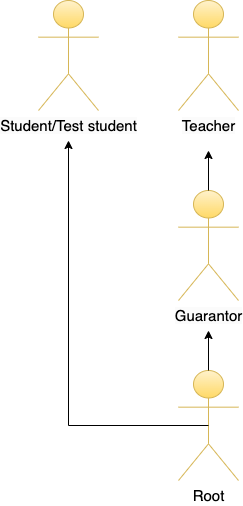
chukava/Bachelors-Thesis keeps this draw.io diagram as png/roles.png. Above is the earlier version. Source tidied: cells renumbered, new cells last; positions are measured from the earlier drawing's top-left corner, leaving out a move shared by most shapes. The source it was exported from:
```xml
<mxGraphModel>
  <root>
    <mxCell id="0" />
    <mxCell id="1" parent="0" />
    <mxCell id="2" value="&lt;span style=&quot;color: rgb(0, 0, 0); font-family: Helvetica; font-size: 15px; font-style: normal; font-variant-ligatures: normal; font-variant-caps: normal; font-weight: 400; letter-spacing: normal; orphans: 2; text-align: center; text-indent: 0px; text-transform: none; widows: 2; word-spacing: 0px; -webkit-text-stroke-width: 0px; background-color: rgb(251, 251, 251); text-decoration-thickness: initial; text-decoration-style: initial; text-decoration-color: initial; float: none; display: inline !important;&quot;&gt;Teacher&lt;/span&gt;" style="shape=umlActor;verticalLabelPosition=bottom;verticalAlign=top;html=1;fillColor=#fff2cc;gradientColor=#ffd966;strokeColor=#d6b656;" parent="1" vertex="1">
      <mxGeometry x="140" width="60" height="110" as="geometry" />
    </mxCell>
    <mxCell id="3" value="&lt;span style=&quot;color: rgb(0, 0, 0); font-family: Helvetica; font-size: 15px; font-style: normal; font-variant-ligatures: normal; font-variant-caps: normal; font-weight: 400; letter-spacing: normal; orphans: 2; text-align: center; text-indent: 0px; text-transform: none; widows: 2; word-spacing: 0px; -webkit-text-stroke-width: 0px; background-color: rgb(251, 251, 251); text-decoration-thickness: initial; text-decoration-style: initial; text-decoration-color: initial; float: none; display: inline !important;&quot;&gt;Student/Test student&lt;/span&gt;" style="shape=umlActor;verticalLabelPosition=bottom;verticalAlign=top;html=1;fillColor=#fff2cc;gradientColor=#ffd966;strokeColor=#d6b656;" parent="1" vertex="1">
      <mxGeometry width="60" height="110" as="geometry" />
    </mxCell>
    <mxCell id="4" value="&lt;span style=&quot;color: rgb(0, 0, 0); font-family: Helvetica; font-size: 15px; font-style: normal; font-variant-ligatures: normal; font-variant-caps: normal; font-weight: 400; letter-spacing: normal; orphans: 2; text-align: center; text-indent: 0px; text-transform: none; widows: 2; word-spacing: 0px; -webkit-text-stroke-width: 0px; background-color: rgb(251, 251, 251); text-decoration-thickness: initial; text-decoration-style: initial; text-decoration-color: initial; float: none; display: inline !important;&quot;&gt;Guarantor&lt;/span&gt;" style="shape=umlActor;verticalLabelPosition=bottom;verticalAlign=top;html=1;outlineConnect=0;fillColor=#fff2cc;gradientColor=#ffd966;strokeColor=#d6b656;" parent="1" vertex="1">
      <mxGeometry x="140" y="190" width="60" height="110" as="geometry" />
    </mxCell>
    <mxCell id="5" value="&lt;span style=&quot;font-size: 15px;&quot;&gt;Root&lt;/span&gt;" style="shape=umlActor;verticalLabelPosition=bottom;verticalAlign=top;html=1;outlineConnect=0;fillColor=#fff2cc;gradientColor=#ffd966;strokeColor=#d6b656;" parent="1" vertex="1">
      <mxGeometry x="140" y="370" width="60" height="110" as="geometry" />
    </mxCell>
    <mxCell id="6" style="endArrow=classic;html=1;rounded=0;exitX=0.5;exitY=0;exitDx=0;exitDy=0;exitPerimeter=0;" parent="1" edge="1" source="4">
      <mxGeometry relative="1" as="geometry">
        <mxPoint x="170" y="150" as="targetPoint" />
      </mxGeometry>
    </mxCell>
    <mxCell id="7" style="endArrow=classic;html=1;rounded=0;exitX=0.5;exitY=0;exitDx=0;exitDy=0;exitPerimeter=0;" parent="1" edge="1" source="5">
      <mxGeometry relative="1" as="geometry">
        <mxPoint x="170" y="330" as="targetPoint" />
      </mxGeometry>
    </mxCell>
    <mxCell id="8" style="endArrow=classic;html=1;rounded=0;exitX=0.5;exitY=0.5;exitDx=0;exitDy=0;exitPerimeter=0;" parent="1" edge="1" source="5">
      <mxGeometry relative="1" as="geometry">
        <mxPoint x="30" y="140" as="targetPoint" />
        <Array as="points">
          <mxPoint x="30" y="425" />
        </Array>
      </mxGeometry>
    </mxCell>
  </root>
</mxGraphModel>
```
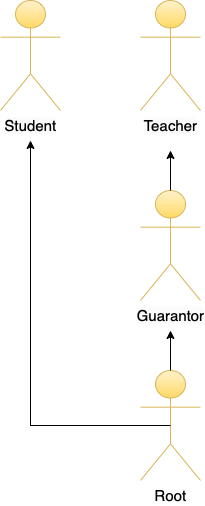
After the change.

What changed in the source:
```diff
@@ -5,7 +5,7 @@
     <mxCell id="2" value="&lt;span style=&quot;color: rgb(0, 0, 0); font-family: Helvetica; font-size: 15px; font-style: normal; font-variant-ligatures: normal; font-variant-caps: normal; font-weight: 400; letter-spacing: normal; orphans: 2; text-align: center; text-indent: 0px; text-transform: none; widows: 2; word-spacing: 0px; -webkit-text-stroke-width: 0px; background-color: rgb(251, 251, 251); text-decoration-thickness: initial; text-decoration-style: initial; text-decoration-color: initial; float: none; display: inline !important;&quot;&gt;Teacher&lt;/span&gt;" style="shape=umlActor;verticalLabelPosition=bottom;verticalAlign=top;html=1;fillColor=#fff2cc;gradientColor=#ffd966;strokeColor=#d6b656;" parent="1" vertex="1">
       <mxGeometry x="140" width="60" height="110" as="geometry" />
     </mxCell>
-    <mxCell id="3" value="&lt;span style=&quot;color: rgb(0, 0, 0); font-family: Helvetica; font-size: 15px; font-style: normal; font-variant-ligatures: normal; font-variant-caps: normal; font-weight: 400; letter-spacing: normal; orphans: 2; text-align: center; text-indent: 0px; text-transform: none; widows: 2; word-spacing: 0px; -webkit-text-stroke-width: 0px; background-color: rgb(251, 251, 251); text-decoration-thickness: initial; text-decoration-style: initial; text-decoration-color: initial; float: none; display: inline !important;&quot;&gt;Student/Test student&lt;/span&gt;" style="shape=umlActor;verticalLabelPosition=bottom;verticalAlign=top;html=1;fillColor=#fff2cc;gradientColor=#ffd966;strokeColor=#d6b656;" parent="1" vertex="1">
+    <mxCell id="3" value="&lt;span style=&quot;color: rgb(0, 0, 0); font-family: Helvetica; font-size: 15px; font-style: normal; font-variant-ligatures: normal; font-variant-caps: normal; font-weight: 400; letter-spacing: normal; orphans: 2; text-align: center; text-indent: 0px; text-transform: none; widows: 2; word-spacing: 0px; -webkit-text-stroke-width: 0px; background-color: rgb(251, 251, 251); text-decoration-thickness: initial; text-decoration-style: initial; text-decoration-color: initial; float: none; display: inline !important;&quot;&gt;Student&lt;/span&gt;" style="shape=umlActor;verticalLabelPosition=bottom;verticalAlign=top;html=1;fillColor=#fff2cc;gradientColor=#ffd966;strokeColor=#d6b656;" parent="1" vertex="1">
       <mxGeometry width="60" height="110" as="geometry" />
     </mxCell>
     <mxCell id="4" value="&lt;span style=&quot;color: rgb(0, 0, 0); font-family: Helvetica; font-size: 15px; font-style: normal; font-variant-ligatures: normal; font-variant-caps: normal; font-weight: 400; letter-spacing: normal; orphans: 2; text-align: center; text-indent: 0px; text-transform: none; widows: 2; word-spacing: 0px; -webkit-text-stroke-width: 0px; background-color: rgb(251, 251, 251); text-decoration-thickness: initial; text-decoration-style: initial; text-decoration-color: initial; float: none; display: inline !important;&quot;&gt;Guarantor&lt;/span&gt;" style="shape=umlActor;verticalLabelPosition=bottom;verticalAlign=top;html=1;outlineConnect=0;fillColor=#fff2cc;gradientColor=#ffd966;strokeColor=#d6b656;" parent="1" vertex="1">
```
